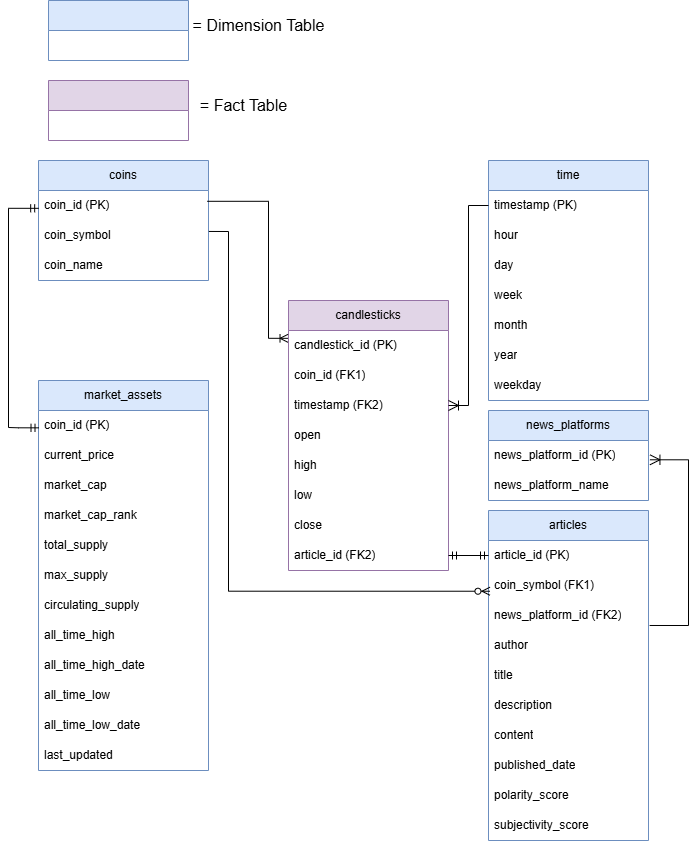
Before: img/simple_logical_ERD.png, a diagram exported from draw.io (shinthan001/Crypto_ETL). Source tidied: cells renumbered, new cells last; positions are measured from the earlier drawing's top-left corner, leaving out a move shared by most shapes.
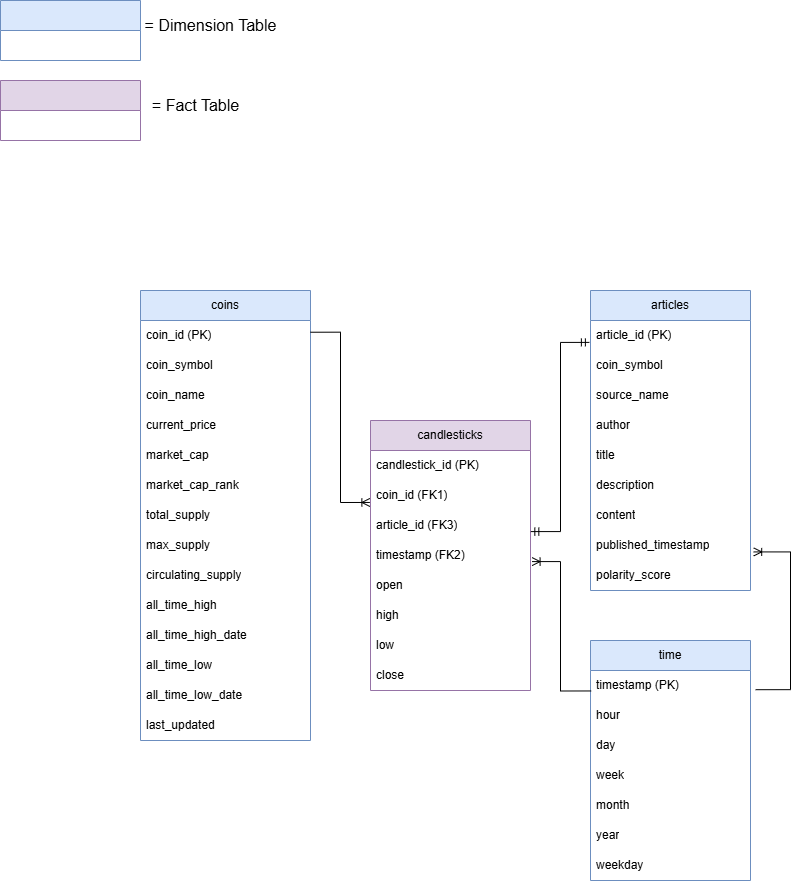
The same diagram one commit later.

The edit, as a diff of the source:
```diff
@@ -3,7 +3,7 @@
     <mxCell id="0" />
     <mxCell id="1" parent="0" />
     <mxCell id="2" value="time" style="swimlane;fontStyle=0;horizontal=1;startSize=30;whiteSpace=wrap;html=1;fillColor=#dae8fc;strokeColor=#6c8ebf;" parent="1" vertex="1">
-      <mxGeometry x="480" y="160" width="160" height="240" as="geometry" />
+      <mxGeometry x="520" y="510" width="160" height="240" as="geometry" />
     </mxCell>
     <mxCell id="3" value="timestamp (PK)" style="text;strokeColor=none;fillColor=none;align=left;verticalAlign=middle;spacingLeft=4;spacingRight=4;overflow=hidden;points=[[0,0.5],[1,0.5]];portConstraint=eastwest;whiteSpace=wrap;html=1;" parent="2" vertex="1">
       <mxGeometry y="30" width="160" height="30" as="geometry" />
@@ -27,15 +27,15 @@
       <mxGeometry y="210" width="160" height="30" as="geometry" />
     </mxCell>
     <mxCell id="10" value="articles" style="swimlane;fontStyle=0;horizontal=1;startSize=30;whiteSpace=wrap;html=1;fillColor=#dae8fc;strokeColor=#6c8ebf;" parent="1" vertex="1">
-      <mxGeometry x="480" y="510" width="160" height="330" as="geometry" />
+      <mxGeometry x="520" y="160" width="160" height="300" as="geometry" />
     </mxCell>
     <mxCell id="11" value="article_id (PK)" style="text;strokeColor=none;fillColor=none;align=left;verticalAlign=middle;spacingLeft=4;spacingRight=4;overflow=hidden;points=[[0,0.5],[1,0.5]];portConstraint=eastwest;whiteSpace=wrap;html=1;" parent="10" vertex="1">
       <mxGeometry y="30" width="160" height="30" as="geometry" />
     </mxCell>
-    <mxCell id="12" value="coin_symbol (FK1)" style="text;strokeColor=none;fillColor=none;align=left;verticalAlign=middle;spacingLeft=4;spacingRight=4;overflow=hidden;points=[[0,0.5],[1,0.5]];portConstraint=eastwest;whiteSpace=wrap;html=1;" parent="10" vertex="1">
+    <mxCell id="12" value="coin_symbol" style="text;strokeColor=none;fillColor=none;align=left;verticalAlign=middle;spacingLeft=4;spacingRight=4;overflow=hidden;points=[[0,0.5],[1,0.5]];portConstraint=eastwest;whiteSpace=wrap;html=1;" parent="10" vertex="1">
       <mxGeometry y="60" width="160" height="30" as="geometry" />
     </mxCell>
-    <mxCell id="13" value="news_&lt;span style=&quot;background-color: transparent; color: light-dark(rgb(0, 0, 0), rgb(255, 255, 255));&quot;&gt;platform_id (FK2)&lt;/span&gt;" style="text;strokeColor=none;fillColor=none;align=left;verticalAlign=middle;spacingLeft=4;spacingRight=4;overflow=hidden;points=[[0,0.5],[1,0.5]];portConstraint=eastwest;whiteSpace=wrap;html=1;" parent="10" vertex="1">
+    <mxCell id="13" value="source_name" style="text;strokeColor=none;fillColor=none;align=left;verticalAlign=middle;spacingLeft=4;spacingRight=4;overflow=hidden;points=[[0,0.5],[1,0.5]];portConstraint=eastwest;whiteSpace=wrap;html=1;" parent="10" vertex="1">
       <mxGeometry y="90" width="160" height="30" as="geometry" />
     </mxCell>
     <mxCell id="14" value="author" style="text;strokeColor=none;fillColor=none;align=left;verticalAlign=middle;spacingLeft=4;spacingRight=4;overflow=hidden;whiteSpace=wrap;html=1;" parent="10" vertex="1">
@@ -50,26 +50,14 @@
     <mxCell id="17" value="content" style="text;strokeColor=none;fillColor=none;align=left;verticalAlign=middle;spacingLeft=4;spacingRight=4;overflow=hidden;whiteSpace=wrap;html=1;" parent="10" vertex="1">
       <mxGeometry y="210" width="160" height="30" as="geometry" />
     </mxCell>
-    <mxCell id="18" value="published_date" style="text;strokeColor=none;fillColor=none;align=left;verticalAlign=middle;spacingLeft=4;spacingRight=4;overflow=hidden;points=[[0,0.5],[1,0.5]];portConstraint=eastwest;whiteSpace=wrap;html=1;" parent="10" vertex="1">
+    <mxCell id="18" value="published_timestamp" style="text;strokeColor=none;fillColor=none;align=left;verticalAlign=middle;spacingLeft=4;spacingRight=4;overflow=hidden;points=[[0,0.5],[1,0.5]];portConstraint=eastwest;whiteSpace=wrap;html=1;" parent="10" vertex="1">
       <mxGeometry y="240" width="160" height="30" as="geometry" />
     </mxCell>
     <mxCell id="19" value="polarity_score" style="text;strokeColor=none;fillColor=none;align=left;verticalAlign=middle;spacingLeft=4;spacingRight=4;overflow=hidden;whiteSpace=wrap;html=1;" parent="10" vertex="1">
       <mxGeometry y="270" width="160" height="30" as="geometry" />
     </mxCell>
-    <mxCell id="20" value="subjectivity_score" style="text;strokeColor=none;fillColor=none;align=left;verticalAlign=middle;spacingLeft=4;spacingRight=4;overflow=hidden;whiteSpace=wrap;html=1;" parent="10" vertex="1">
-      <mxGeometry y="300" width="160" height="30" as="geometry" />
-    </mxCell>
-    <mxCell id="21" value="news_platforms" style="swimlane;fontStyle=0;horizontal=1;startSize=30;whiteSpace=wrap;html=1;fillColor=#dae8fc;strokeColor=#6c8ebf;" parent="1" vertex="1">
-      <mxGeometry x="480" y="410" width="160" height="90" as="geometry" />
-    </mxCell>
-    <mxCell id="22" value="news_platform_id (PK)" style="text;strokeColor=none;fillColor=none;align=left;verticalAlign=middle;spacingLeft=4;spacingRight=4;overflow=hidden;points=[[0,0.5],[1,0.5]];portConstraint=eastwest;whiteSpace=wrap;html=1;" parent="21" vertex="1">
-      <mxGeometry y="30" width="160" height="30" as="geometry" />
-    </mxCell>
-    <mxCell id="23" value="news_platform_name" style="text;strokeColor=none;fillColor=none;align=left;verticalAlign=middle;spacingLeft=4;spacingRight=4;overflow=hidden;whiteSpace=wrap;html=1;" parent="21" vertex="1">
-      <mxGeometry y="60" width="160" height="30" as="geometry" />
-    </mxCell>
     <mxCell id="24" value="candlesticks" style="swimlane;fontStyle=0;horizontal=1;startSize=30;whiteSpace=wrap;html=1;fillColor=#e1d5e7;strokeColor=#9673a6;" parent="1" vertex="1">
-      <mxGeometry x="280" y="300" width="160" height="270" as="geometry" />
+      <mxGeometry x="300" y="290" width="160" height="270" as="geometry" />
     </mxCell>
     <mxCell id="25" value="candlestick_id (PK)" style="text;strokeColor=none;fillColor=none;align=left;verticalAlign=middle;spacingLeft=4;spacingRight=4;overflow=hidden;points=[[0,0.5],[1,0.5]];portConstraint=eastwest;whiteSpace=wrap;html=1;" parent="24" vertex="1">
       <mxGeometry y="30" width="160" height="30" as="geometry" />
@@ -77,49 +65,26 @@
     <mxCell id="26" value="coin_id (FK1)" style="text;strokeColor=none;fillColor=none;align=left;verticalAlign=middle;spacingLeft=4;spacingRight=4;overflow=hidden;points=[[0,0.5],[1,0.5]];portConstraint=eastwest;whiteSpace=wrap;html=1;" parent="24" vertex="1">
       <mxGeometry y="60" width="160" height="30" as="geometry" />
     </mxCell>
+    <mxCell id="63" value="article_id (FK3)" style="text;strokeColor=none;fillColor=none;align=left;verticalAlign=middle;spacingLeft=4;spacingRight=4;overflow=hidden;points=[[0,0.5],[1,0.5]];portConstraint=eastwest;whiteSpace=wrap;html=1;" parent="24" vertex="1">
+      <mxGeometry y="90" width="160" height="30" as="geometry" />
+    </mxCell>
     <mxCell id="27" value="timestamp (FK2)" style="text;strokeColor=none;fillColor=none;align=left;verticalAlign=middle;spacingLeft=4;spacingRight=4;overflow=hidden;points=[[0,0.5],[1,0.5]];portConstraint=eastwest;whiteSpace=wrap;html=1;" parent="24" vertex="1">
-      <mxGeometry y="90" width="160" height="30" as="geometry" />
+      <mxGeometry y="120" width="160" height="30" as="geometry" />
     </mxCell>
     <mxCell id="28" value="open" style="text;strokeColor=none;fillColor=none;align=left;verticalAlign=middle;spacingLeft=4;spacingRight=4;overflow=hidden;whiteSpace=wrap;html=1;" parent="24" vertex="1">
-      <mxGeometry y="120" width="160" height="30" as="geometry" />
+      <mxGeometry y="150" width="160" height="30" as="geometry" />
     </mxCell>
     <mxCell id="29" value="high" style="text;strokeColor=none;fillColor=none;align=left;verticalAlign=middle;spacingLeft=4;spacingRight=4;overflow=hidden;whiteSpace=wrap;html=1;" parent="24" vertex="1">
-      <mxGeometry y="150" width="160" height="30" as="geometry" />
+      <mxGeometry y="180" width="160" height="30" as="geometry" />
     </mxCell>
     <mxCell id="30" value="low" style="text;strokeColor=none;fillColor=none;align=left;verticalAlign=middle;spacingLeft=4;spacingRight=4;overflow=hidden;whiteSpace=wrap;html=1;" parent="24" vertex="1">
-      <mxGeometry y="180" width="160" height="30" as="geometry" />
+      <mxGeometry y="210" width="160" height="30" as="geometry" />
     </mxCell>
     <mxCell id="31" value="close" style="text;strokeColor=none;fillColor=none;align=left;verticalAlign=middle;spacingLeft=4;spacingRight=4;overflow=hidden;whiteSpace=wrap;html=1;" parent="24" vertex="1">
-      <mxGeometry y="210" width="160" height="30" as="geometry" />
+      <mxGeometry y="240" width="160" height="30" as="geometry" />
     </mxCell>
-    <mxCell id="32" value="article_id (FK2)" style="text;strokeColor=none;fillColor=none;align=left;verticalAlign=middle;spacingLeft=4;spacingRight=4;overflow=hidden;points=[[0,0.5],[1,0.5]];portConstraint=eastwest;whiteSpace=wrap;html=1;" parent="24" vertex="1">
-      <mxGeometry y="240" width="160" height="30" as="geometry" />
-    </mxCell>
-    <mxCell id="33" style="edgeStyle=orthogonalEdgeStyle;fontSize=12;html=1;endArrow=ERoneToMany;rounded=0;startSize=8;endSize=8;exitX=0;exitY=0.5;exitDx=0;exitDy=0;" parent="1" edge="1" source="3" target="27">
-      <mxGeometry relative="1" as="geometry" />
-    </mxCell>
-    <mxCell id="34" style="edgeStyle=orthogonalEdgeStyle;fontSize=12;html=1;endArrow=ERoneToMany;rounded=0;startSize=8;endSize=8;exitX=1.007;exitY=0.833;exitDx=0;exitDy=0;exitPerimeter=0;entryX=1.009;entryY=0.643;entryDx=0;entryDy=0;entryPerimeter=0;" parent="1" edge="1" source="13" target="22">
-      <mxGeometry relative="1" as="geometry">
-        <Array as="points">
-          <mxPoint x="680" y="625" />
-          <mxPoint x="680" y="459" />
-        </Array>
-      </mxGeometry>
-    </mxCell>
-    <mxCell id="35" value="coins" style="swimlane;fontStyle=0;horizontal=1;startSize=30;whiteSpace=wrap;html=1;fillColor=#dae8fc;strokeColor=#6c8ebf;" parent="1" vertex="1">
-      <mxGeometry x="30" y="160" width="170" height="120" as="geometry" />
-    </mxCell>
-    <mxCell id="36" value="coin_id (PK)" style="text;strokeColor=none;fillColor=none;align=left;verticalAlign=middle;spacingLeft=4;spacingRight=4;overflow=hidden;points=[[0,0.5],[1,0.5]];portConstraint=eastwest;whiteSpace=wrap;html=1;" parent="35" vertex="1">
-      <mxGeometry y="30" width="170" height="30" as="geometry" />
-    </mxCell>
-    <mxCell id="37" value="coin_symbol" style="text;strokeColor=none;fillColor=none;align=left;verticalAlign=middle;spacingLeft=4;spacingRight=4;overflow=hidden;points=[[0,0.5],[1,0.5]];portConstraint=eastwest;whiteSpace=wrap;html=1;" parent="35" vertex="1">
-      <mxGeometry y="60" width="170" height="30" as="geometry" />
-    </mxCell>
-    <mxCell id="38" value="coin_name" style="text;strokeColor=none;fillColor=none;align=left;verticalAlign=middle;spacingLeft=4;spacingRight=4;overflow=hidden;whiteSpace=wrap;html=1;" parent="35" vertex="1">
-      <mxGeometry y="90" width="170" height="30" as="geometry" />
-    </mxCell>
     <mxCell id="39" style="group;" parent="1" vertex="1">
-      <mxGeometry x="40" width="310" height="140" as="geometry" />
+      <mxGeometry x="-70" y="-130" width="310" height="140" as="geometry" />
     </mxCell>
     <mxCell id="40" style="group;" parent="39" vertex="1">
       <mxGeometry width="310" height="60" as="geometry" />
@@ -139,72 +104,67 @@
     <mxCell id="45" value="= Fact Table" style="text;html=1;align=center;verticalAlign=middle;strokeColor=none;fillColor=none;fontSize=16;" parent="43" vertex="1">
       <mxGeometry x="140" y="10" width="110" height="30" as="geometry" />
     </mxCell>
-    <mxCell id="46" style="edgeStyle=orthogonalEdgeStyle;fontSize=12;html=1;endArrow=ERmandOne;startArrow=ERmandOne;rounded=0;entryX=1;entryY=0.5;entryDx=0;entryDy=0;exitX=0;exitY=0.5;exitDx=0;exitDy=0;" parent="1" edge="1" source="11" target="32">
-      <mxGeometry relative="1" as="geometry" />
-    </mxCell>
-    <mxCell id="47" value="market_assets" style="swimlane;fontStyle=0;horizontal=1;startSize=30;whiteSpace=wrap;html=1;fillColor=#dae8fc;strokeColor=#6c8ebf;" parent="1" vertex="1">
-      <mxGeometry x="30" y="380" width="170" height="390" as="geometry" />
+    <mxCell id="47" value="coins" style="swimlane;fontStyle=0;horizontal=1;startSize=30;whiteSpace=wrap;html=1;fillColor=#dae8fc;strokeColor=#6c8ebf;" parent="1" vertex="1">
+      <mxGeometry x="70" y="160" width="170" height="450" as="geometry" />
     </mxCell>
     <mxCell id="48" value="coin_id (PK)" style="text;strokeColor=none;fillColor=none;align=left;verticalAlign=middle;spacingLeft=4;spacingRight=4;overflow=hidden;points=[[0,0.5],[1,0.5]];portConstraint=eastwest;whiteSpace=wrap;html=1;" parent="47" vertex="1">
       <mxGeometry y="30" width="170" height="30" as="geometry" />
     </mxCell>
+    <mxCell id="37" value="coin_symbol" style="text;strokeColor=none;fillColor=none;align=left;verticalAlign=middle;spacingLeft=4;spacingRight=4;overflow=hidden;points=[[0,0.5],[1,0.5]];portConstraint=eastwest;whiteSpace=wrap;html=1;" parent="47" vertex="1">
+      <mxGeometry y="60" width="170" height="30" as="geometry" />
+    </mxCell>
+    <mxCell id="38" value="coin_name" style="text;strokeColor=none;fillColor=none;align=left;verticalAlign=middle;spacingLeft=4;spacingRight=4;overflow=hidden;whiteSpace=wrap;html=1;" parent="47" vertex="1">
+      <mxGeometry y="90" width="170" height="30" as="geometry" />
+    </mxCell>
     <mxCell id="49" value="current_price" style="text;strokeColor=none;fillColor=none;align=left;verticalAlign=middle;spacingLeft=4;spacingRight=4;overflow=hidden;whiteSpace=wrap;html=1;" parent="47" vertex="1">
-      <mxGeometry y="60" width="170" height="30" as="geometry" />
+      <mxGeometry y="120" width="170" height="30" as="geometry" />
     </mxCell>
     <mxCell id="50" value="market_cap" style="text;strokeColor=none;fillColor=none;align=left;verticalAlign=middle;spacingLeft=4;spacingRight=4;overflow=hidden;whiteSpace=wrap;html=1;" parent="47" vertex="1">
-      <mxGeometry y="90" width="170" height="30" as="geometry" />
+      <mxGeometry y="150" width="170" height="30" as="geometry" />
     </mxCell>
     <mxCell id="51" value="market_cap_rank" style="text;strokeColor=none;fillColor=none;align=left;verticalAlign=middle;spacingLeft=4;spacingRight=4;overflow=hidden;whiteSpace=wrap;html=1;" parent="47" vertex="1">
-      <mxGeometry y="120" width="170" height="30" as="geometry" />
+      <mxGeometry y="180" width="170" height="30" as="geometry" />
     </mxCell>
     <mxCell id="52" value="total_supply" style="text;strokeColor=none;fillColor=none;align=left;verticalAlign=middle;spacingLeft=4;spacingRight=4;overflow=hidden;whiteSpace=wrap;html=1;" parent="47" vertex="1">
-      <mxGeometry y="150" width="170" height="30" as="geometry" />
+      <mxGeometry y="210" width="170" height="30" as="geometry" />
     </mxCell>
     <mxCell id="53" value="max_supply" style="text;strokeColor=none;fillColor=none;align=left;verticalAlign=middle;spacingLeft=4;spacingRight=4;overflow=hidden;whiteSpace=wrap;html=1;" parent="47" vertex="1">
-      <mxGeometry y="180" width="170" height="30" as="geometry" />
+      <mxGeometry y="240" width="170" height="30" as="geometry" />
     </mxCell>
     <mxCell id="54" value="circulating_supply" style="text;strokeColor=none;fillColor=none;align=left;verticalAlign=middle;spacingLeft=4;spacingRight=4;overflow=hidden;whiteSpace=wrap;html=1;" parent="47" vertex="1">
-      <mxGeometry y="210" width="170" height="30" as="geometry" />
+      <mxGeometry y="270" width="170" height="30" as="geometry" />
     </mxCell>
     <mxCell id="55" value="all_time_high" style="text;strokeColor=none;fillColor=none;align=left;verticalAlign=middle;spacingLeft=4;spacingRight=4;overflow=hidden;whiteSpace=wrap;html=1;" parent="47" vertex="1">
-      <mxGeometry y="240" width="170" height="30" as="geometry" />
+      <mxGeometry y="300" width="170" height="30" as="geometry" />
     </mxCell>
     <mxCell id="56" value="all_time_high_date" style="text;strokeColor=none;fillColor=none;align=left;verticalAlign=middle;spacingLeft=4;spacingRight=4;overflow=hidden;whiteSpace=wrap;html=1;" parent="47" vertex="1">
-      <mxGeometry y="270" width="170" height="30" as="geometry" />
+      <mxGeometry y="330" width="170" height="30" as="geometry" />
     </mxCell>
     <mxCell id="57" value="all_time_low" style="text;strokeColor=none;fillColor=none;align=left;verticalAlign=middle;spacingLeft=4;spacingRight=4;overflow=hidden;whiteSpace=wrap;html=1;" parent="47" vertex="1">
-      <mxGeometry y="300" width="170" height="30" as="geometry" />
+      <mxGeometry y="360" width="170" height="30" as="geometry" />
     </mxCell>
     <mxCell id="58" value="all_time_low_date" style="text;strokeColor=none;fillColor=none;align=left;verticalAlign=middle;spacingLeft=4;spacingRight=4;overflow=hidden;whiteSpace=wrap;html=1;" parent="47" vertex="1">
-      <mxGeometry y="330" width="170" height="30" as="geometry" />
+      <mxGeometry y="390" width="170" height="30" as="geometry" />
     </mxCell>
     <mxCell id="59" value="last_updated" style="text;strokeColor=none;fillColor=none;align=left;verticalAlign=middle;spacingLeft=4;spacingRight=4;overflow=hidden;whiteSpace=wrap;html=1;" parent="47" vertex="1">
-      <mxGeometry y="360" width="170" height="30" as="geometry" />
+      <mxGeometry y="420" width="170" height="30" as="geometry" />
     </mxCell>
-    <mxCell id="60" style="edgeStyle=orthogonalEdgeStyle;fontSize=12;html=1;endArrow=ERoneToMany;rounded=0;entryX=-0.003;entryY=0.261;entryDx=0;entryDy=0;entryPerimeter=0;exitX=0.993;exitY=0.36;exitDx=0;exitDy=0;exitPerimeter=0;" parent="1" edge="1" source="36" target="25">
-      <mxGeometry relative="1" as="geometry">
-        <Array as="points">
-          <mxPoint x="260" y="201" />
-          <mxPoint x="260" y="338" />
-        </Array>
-      </mxGeometry>
-    </mxCell>
-    <mxCell id="61" style="edgeStyle=orthogonalEdgeStyle;fontSize=12;html=1;endArrow=ERmandOne;startArrow=ERmandOne;rounded=0;entryX=0.001;entryY=0.594;entryDx=0;entryDy=0;entryPerimeter=0;exitX=0.003;exitY=0.578;exitDx=0;exitDy=0;exitPerimeter=0;" parent="1" edge="1" source="48" target="36">
-      <mxGeometry relative="1" as="geometry">
-        <Array as="points">
-          <mxPoint x="10" y="427" />
-          <mxPoint y="427" />
-          <mxPoint y="208" />
-        </Array>
-      </mxGeometry>
-    </mxCell>
-    <mxCell id="62" style="edgeStyle=orthogonalEdgeStyle;fontSize=12;html=1;endArrow=ERzeroToMany;endFill=1;rounded=0;exitX=1.002;exitY=0.365;exitDx=0;exitDy=0;exitPerimeter=0;entryX=0.009;entryY=0.691;entryDx=0;entryDy=0;entryPerimeter=0;" parent="1" edge="1" source="37" target="12">
-      <mxGeometry relative="1" as="geometry">
-        <Array as="points">
-          <mxPoint x="220" y="231" />
-          <mxPoint x="220" y="591" />
-        </Array>
-      </mxGeometry>
-    </mxCell>
+    <mxCell id="64" style="edgeStyle=orthogonalEdgeStyle;fontSize=12;html=1;endArrow=ERoneToMany;rounded=0;exitX=1;exitY=0.391;exitDx=0;exitDy=0;exitPerimeter=0;entryX=-0.004;entryY=0.732;entryDx=0;entryDy=0;entryPerimeter=0;" parent="1" edge="1" source="48" target="26">
+      <mxGeometry relative="1" as="geometry" />
+    </mxCell>
+    <mxCell id="33" style="edgeStyle=orthogonalEdgeStyle;fontSize=12;html=1;endArrow=ERoneToMany;rounded=0;exitX=0.004;exitY=0.682;exitDx=0;exitDy=0;exitPerimeter=0;entryX=1.01;entryY=0.703;entryDx=0;entryDy=0;entryPerimeter=0;" parent="1" edge="1" source="3" target="27">
+      <mxGeometry relative="1" as="geometry" />
+    </mxCell>
+    <mxCell id="65" style="edgeStyle=orthogonalEdgeStyle;fontSize=12;html=1;endArrow=ERoneToMany;rounded=0;exitX=1.032;exitY=0.64;exitDx=0;exitDy=0;exitPerimeter=0;entryX=1.02;entryY=0.714;entryDx=0;entryDy=0;entryPerimeter=0;" parent="1" edge="1" source="3" target="18">
+      <mxGeometry relative="1" as="geometry">
+        <Array as="points">
+          <mxPoint x="720" y="559" />
+          <mxPoint x="720" y="421" />
+        </Array>
+      </mxGeometry>
+    </mxCell>
+    <mxCell id="66" style="edgeStyle=orthogonalEdgeStyle;fontSize=12;html=1;endArrow=ERmandOne;startArrow=ERmandOne;rounded=0;entryX=-0.007;entryY=0.73;entryDx=0;entryDy=0;entryPerimeter=0;exitX=1.002;exitY=0.703;exitDx=0;exitDy=0;exitPerimeter=0;" parent="1" edge="1" source="63" target="11">
+      <mxGeometry relative="1" as="geometry" />
+    </mxCell>
   </root>
 </mxGraphModel>
```
